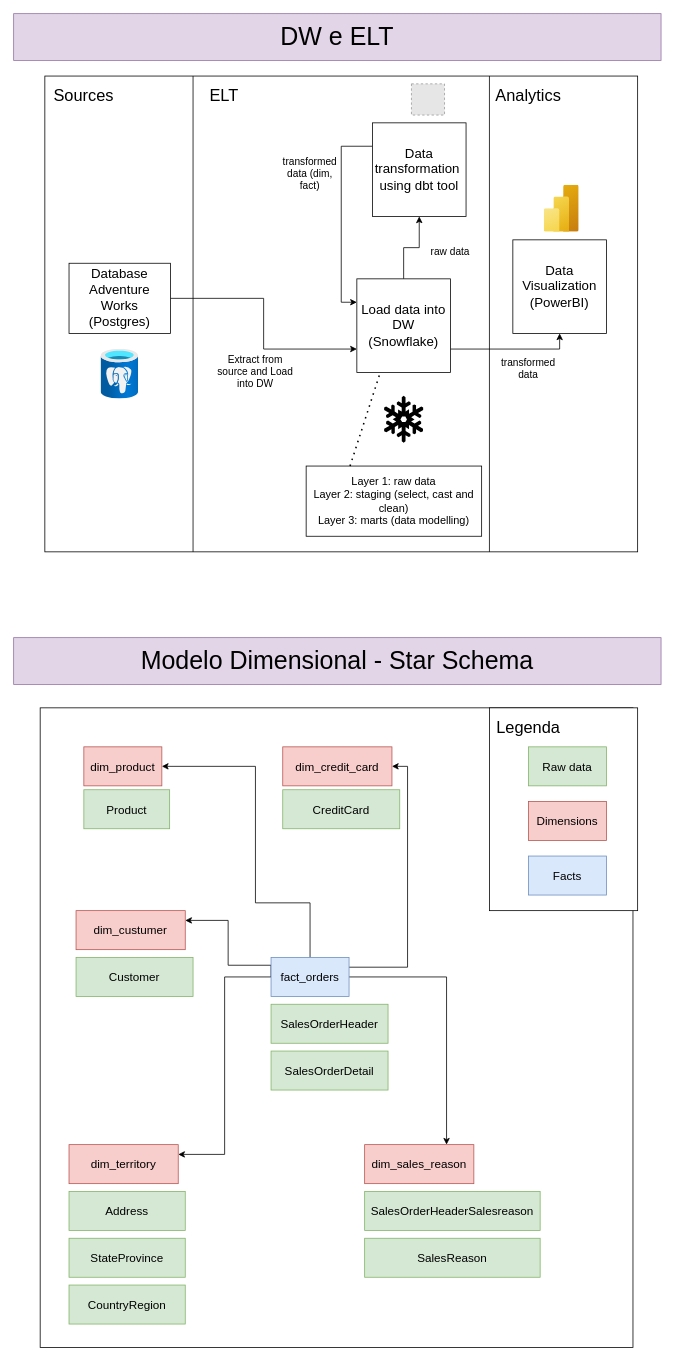
This is conceptual_model.drawio from willianmenegatt/adventure-works, a draw.io file, before an edit. Source tidied: cells renumbered, new cells numbered last; positions are measured from the earlier drawing's top-left corner, leaving out a move shared by most shapes. Both pictures are drawn from the tidied source at 78%, with x=0, y=0 at pixel (13, 13). Pictures stored in the file or linked from it are replaced by grey dashed boxes.
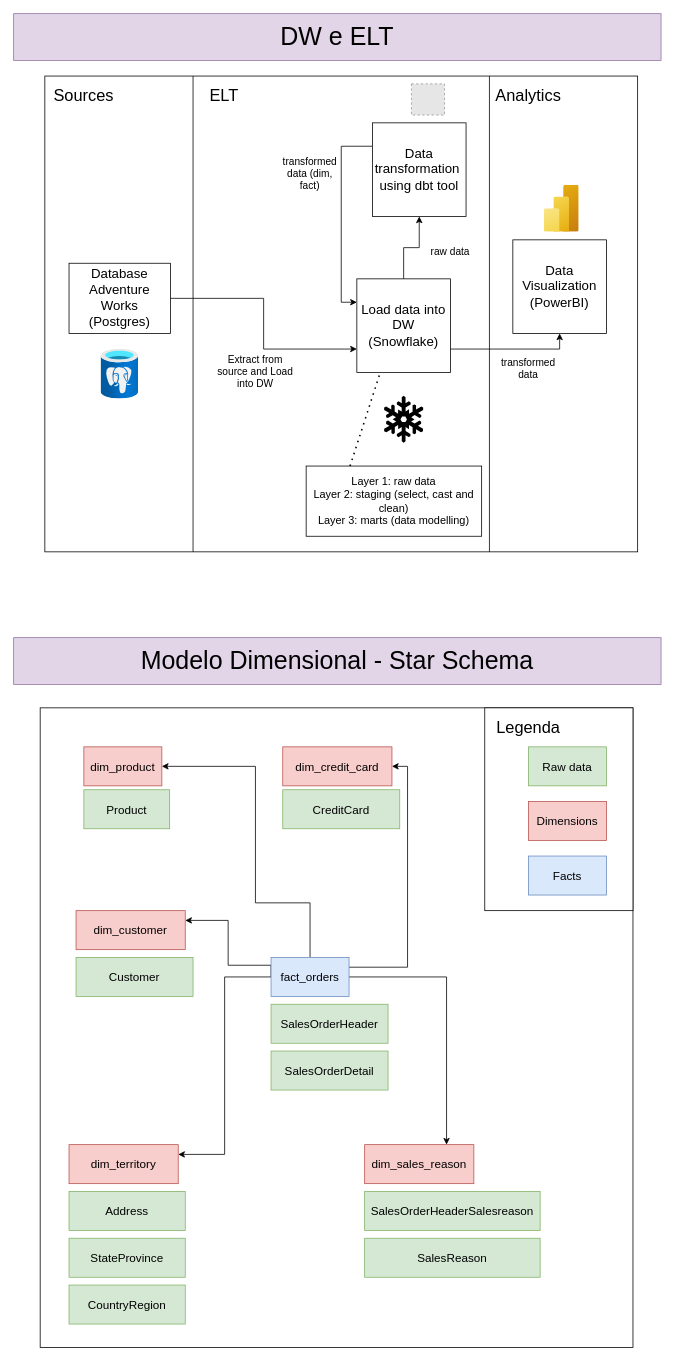
The same diagram, later.

Diff of the diagram source:
```diff
@@
     <mxCell id="29" style="html=1;dashed=0;whiteSpace=wrap;" parent="1" vertex="1">
-      <mxGeometry x="610" y="890" width="190" height="260" as="geometry" />
+      <mxGeometry x="604" y="890" width="190" height="260" as="geometry" />
     </mxCell>
@@
-    <mxCell id="48" value="dim_custumer" style="html=1;dashed=0;whiteSpace=wrap;fontSize=15;fillColor=#f8cecc;strokeColor=#b85450;" parent="1" vertex="1">
+    <mxCell id="48" value="dim_customer" style="html=1;dashed=0;whiteSpace=wrap;fontSize=15;fillColor=#f8cecc;strokeColor=#b85450;" parent="1" vertex="1">
       <mxGeometry x="80" y="1150" width="140" height="50" as="geometry" />
     </mxCell>
```
